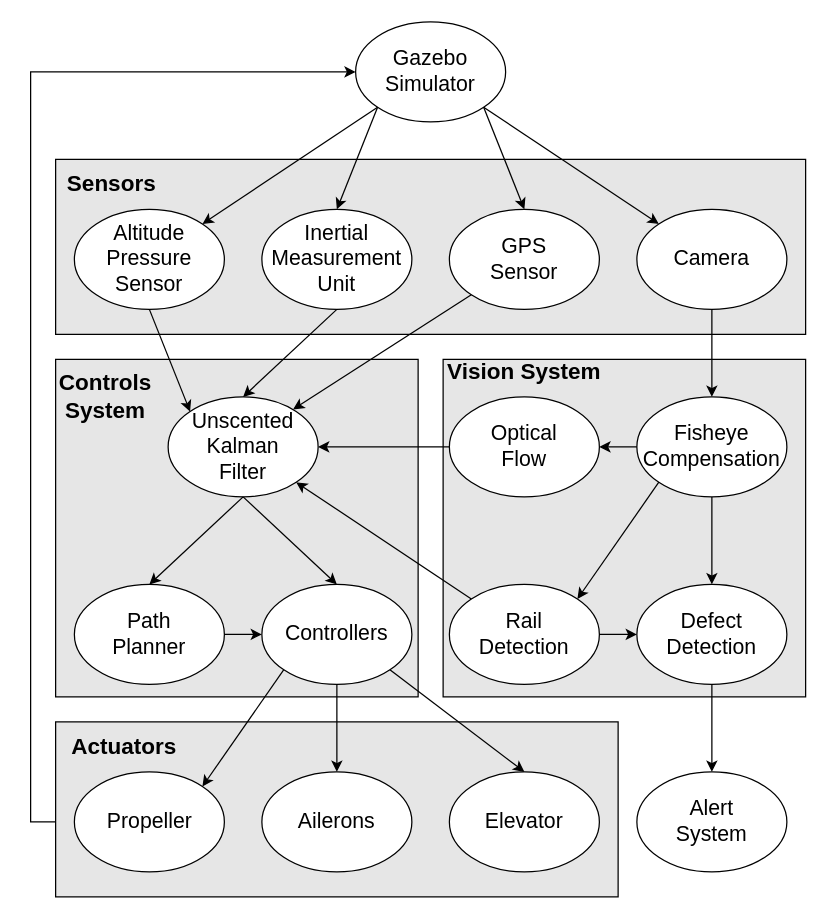
This is bmb_control/images/rqt_graph.drawio from amaarquadri/EKF, a draw.io file, before an edit. Source tidied: cells renumbered, new cells numbered last; positions are measured from the earlier drawing's top-left corner, leaving out a move shared by most shapes. Both pictures are drawn from the tidied source at 125%, with x=0, y=0 at pixel (30, 21).
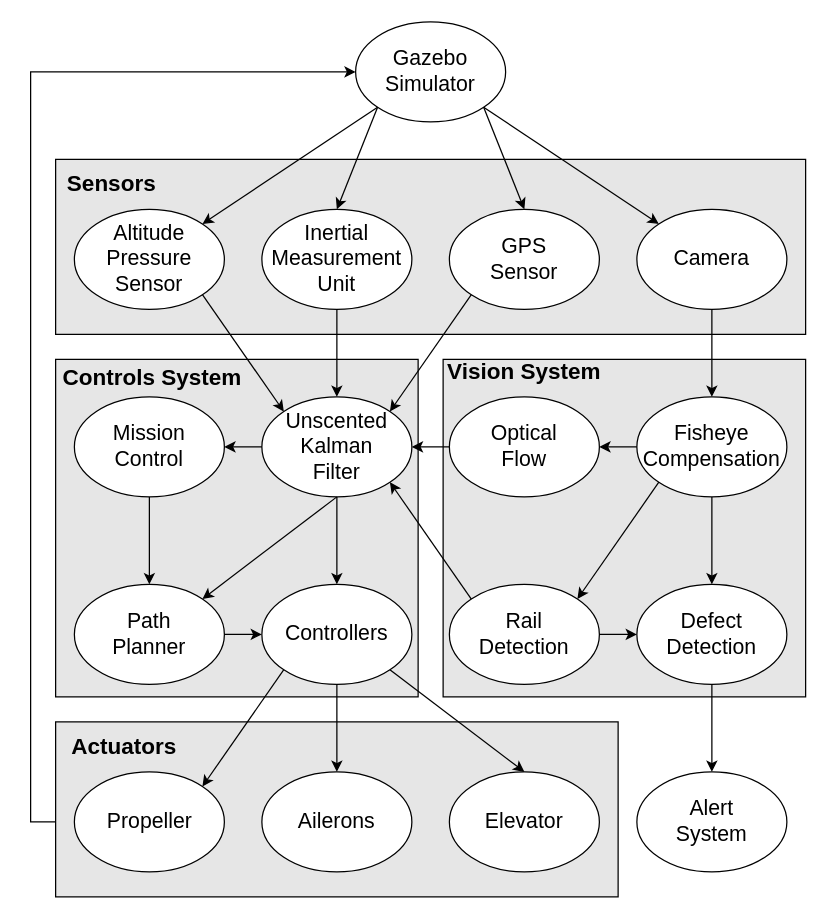
The same diagram, later.

Commit message (it also covers changes not shown here):
add mission control to rqt graph

The change refers to these unchanged cells:
```xml
<mxCell id="9" style="ellipse;whiteSpace=wrap;html=1;" parent="1" vertex="1">
  <mxGeometry x="35" y="150" width="120" height="80" as="geometry" />
</mxCell>
<mxCell id="11" style="ellipse;whiteSpace=wrap;html=1;" parent="1" vertex="1">
  <mxGeometry x="335" y="150" width="120" height="80" as="geometry" />
</mxCell>
<mxCell id="38" style="ellipse;whiteSpace=wrap;html=1;" parent="1" vertex="1">
  <mxGeometry x="35" y="450" width="120" height="80" as="geometry" />
</mxCell>
```

Diff of the diagram source:
```diff
@@
     <mxCell id="30" style="ellipse;whiteSpace=wrap;html=1;" parent="1" vertex="1">
-      <mxGeometry x="110" y="300" width="120" height="80" as="geometry" />
+      <mxGeometry x="185" y="300" width="120" height="80" as="geometry" />
     </mxCell>
@@
     <mxCell id="33" value="&lt;font style=&quot;font-size: 17px&quot;&gt;Unscented Kalman Filter&lt;/font&gt;" style="text;html=1;strokeColor=none;fillColor=none;align=center;verticalAlign=middle;whiteSpace=wrap;rounded=0;" parent="1" vertex="1">
-      <mxGeometry x="150" y="330" width="40" height="20" as="geometry" />
+      <mxGeometry x="225" y="330" width="40" height="20" as="geometry" />
     </mxCell>
-    <mxCell id="34" style="endArrow=classic;html=1;exitX=0.5;exitY=1;exitDx=0;exitDy=0;entryX=0;entryY=0;entryDx=0;entryDy=0;" parent="1" edge="1" source="9" target="30">
+    <mxCell id="34" style="endArrow=classic;html=1;exitX=1;exitY=1;exitDx=0;exitDy=0;entryX=0;entryY=0;entryDx=0;entryDy=0;" parent="1" edge="1" source="9" target="30">
       <mxGeometry relative="1" as="geometry" />
     </mxCell>
@@
-    <mxCell id="39" style="endArrow=classic;html=1;exitX=0;exitY=1;exitDx=0;exitDy=0;" parent="1" edge="1" source="11">
-      <mxGeometry relative="1" as="geometry">
-        <mxPoint x="210" y="310" as="targetPoint" />
-      </mxGeometry>
+    <mxCell id="39" style="endArrow=classic;html=1;exitX=0;exitY=1;exitDx=0;exitDy=0;entryX=1;entryY=0;entryDx=0;entryDy=0;" parent="1" edge="1" source="11" target="30">
+      <mxGeometry relative="1" as="geometry" />
     </mxCell>
@@
-    <mxCell id="45" style="endArrow=classic;html=1;exitX=0.5;exitY=1;exitDx=0;exitDy=0;entryX=0.5;entryY=0;entryDx=0;entryDy=0;" parent="1" edge="1" source="30" target="38">
+    <mxCell id="45" style="endArrow=classic;html=1;exitX=0.5;exitY=1;exitDx=0;exitDy=0;entryX=1;entryY=0;entryDx=0;entryDy=0;" parent="1" edge="1" source="30" target="38">
       <mxGeometry relative="1" as="geometry" />
     </mxCell>
@@
     <mxCell id="50" value="&lt;font style=&quot;font-size: 18px&quot;&gt;&lt;b&gt;Controls System&lt;/b&gt;&lt;/font&gt;" style="text;html=1;strokeColor=none;fillColor=none;align=center;verticalAlign=middle;whiteSpace=wrap;rounded=0;" parent="1" vertex="1">
-      <mxGeometry x="35" y="280" width="50" height="40" as="geometry" />
+      <mxGeometry x="10" y="270" width="175" height="30" as="geometry" />
     </mxCell>
@@
+    <mxCell id="64" style="ellipse;whiteSpace=wrap;html=1;" parent="1" vertex="1">
+      <mxGeometry x="35" y="300" width="120" height="80" as="geometry" />
+    </mxCell>
+    <mxCell id="65" value="&lt;font style=&quot;font-size: 17px&quot;&gt;Mission Control&lt;/font&gt;" style="text;html=1;strokeColor=none;fillColor=none;align=center;verticalAlign=middle;whiteSpace=wrap;rounded=0;" parent="1" vertex="1">
+      <mxGeometry x="65" y="325" width="60" height="30" as="geometry" />
+    </mxCell>
+    <mxCell id="66" style="endArrow=classic;html=1;rounded=0;fontSize=17;exitX=0.5;exitY=1;exitDx=0;exitDy=0;" parent="1" edge="1" source="64" target="38">
+      <mxGeometry relative="1" as="geometry" />
+    </mxCell>
+    <mxCell id="67" style="endArrow=classic;html=1;rounded=0;exitX=0;exitY=0.5;exitDx=0;exitDy=0;entryX=1;entryY=0.5;entryDx=0;entryDy=0;" parent="1" edge="1" source="30" target="64">
+      <mxGeometry relative="1" as="geometry" />
+    </mxCell>
```
